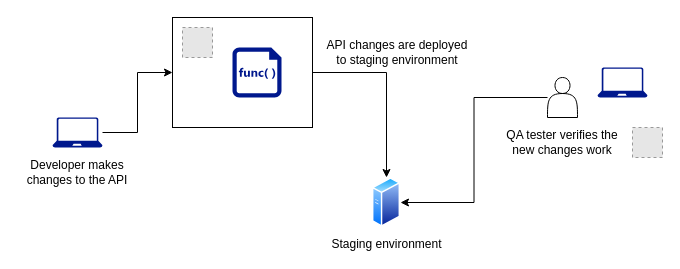
This is page "manual qa" (3 of 4) of relio.drawio from abunuwas/conferences-images, a draw.io file, before an edit. Source tidied: cells renumbered, new cells numbered last; positions are measured from the earlier drawing's top-left corner, leaving out a move shared by most shapes. Both pictures are drawn from the tidied source at 100%, with x=0, y=0 at pixel (17, 17). Pictures stored in the file or linked from it are replaced by grey dashed boxes.
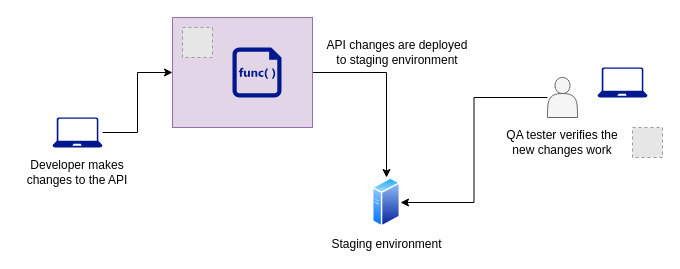
Above is the later version.

The edit, as a diff of the source:
```diff
@@
 <mxGraphModel>
   <root>
     <mxCell id="0" />
     <mxCell id="1" parent="0" />
     <mxCell id="2" style="edgeStyle=orthogonalEdgeStyle;rounded=0;jettySize=auto;html=1;entryX=0.5;entryY=0;entryDx=0;entryDy=0;" parent="1" edge="1" source="3" target="4">
       <mxGeometry relative="1" as="geometry" />
     </mxCell>
-    <mxCell id="3" style="rounded=0;whiteSpace=wrap;html=1;" parent="1" vertex="1">
+    <mxCell id="3" style="rounded=0;whiteSpace=wrap;html=1;fillColor=#e1d5e7;strokeColor=#9673a6;" parent="1" vertex="1">
       <mxGeometry x="155" width="140" height="110" as="geometry" />
     </mxCell>
     <mxCell id="4" value="Staging environment" style="image;perimeter=ellipsePerimeter;html=1;align=center;shadow=0;dashed=0;spacingTop=3;image=img/lib/active_directory/generic_server.svg;" parent="1" vertex="1">
       <mxGeometry x="355" y="160" width="28" height="50" as="geometry" />
     </mxCell>
     <mxCell id="5" style="edgeStyle=orthogonalEdgeStyle;rounded=0;jettySize=auto;html=1;entryX=0;entryY=0.5;entryDx=0;entryDy=0;" parent="1" edge="1" source="6" target="3">
       <mxGeometry relative="1" as="geometry" />
     </mxCell>
     <mxCell id="6" style="sketch=0;shadow=0;dashed=0;html=1;strokeColor=none;labelPosition=center;verticalLabelPosition=bottom;verticalAlign=top;align=center;fillColor=#00188D;shape=mxgraph.azure.laptop;" parent="1" vertex="1">
       <mxGeometry x="35" y="100" width="50" height="30" as="geometry" />
     </mxCell>
     <mxCell id="7" style="fillColor=#E6E6E6;strokeColor=#999999;dashed=1;html=1;verticalAlign=top;verticalLabelPosition=bottom;labelBackgroundColor=#ffffff;" parent="1" vertex="1">
       <mxGeometry x="165" y="10" width="30" height="30" as="geometry" />
     </mxCell>
     <mxCell id="8" style="sketch=0;shadow=0;dashed=0;html=1;strokeColor=none;labelPosition=center;verticalLabelPosition=bottom;verticalAlign=top;align=center;fillColor=#00188D;shape=mxgraph.mscae.enterprise.code_file;" parent="1" vertex="1">
       <mxGeometry x="215" y="30" width="49" height="50" as="geometry" />
     </mxCell>
     <mxCell id="9" style="edgeStyle=orthogonalEdgeStyle;rounded=0;jettySize=auto;html=1;entryX=1;entryY=0.5;entryDx=0;entryDy=0;" parent="1" edge="1" source="10" target="4">
       <mxGeometry relative="1" as="geometry" />
     </mxCell>
-    <mxCell id="10" style="shape=actor;whiteSpace=wrap;html=1;" parent="1" vertex="1">
+    <mxCell id="10" style="shape=actor;whiteSpace=wrap;html=1;fillColor=#f5f5f5;fontColor=#333333;strokeColor=#666666;" parent="1" vertex="1">
       <mxGeometry x="530" y="60" width="30" height="40" as="geometry" />
     </mxCell>
     <mxCell id="11" style="sketch=0;shadow=0;dashed=0;html=1;strokeColor=none;labelPosition=center;verticalLabelPosition=bottom;verticalAlign=top;align=center;fillColor=#00188D;shape=mxgraph.azure.laptop;" parent="1" vertex="1">
       <mxGeometry x="580" y="50" width="50" height="30" as="geometry" />
     </mxCell>
     <mxCell id="12" value="QA tester verifies the new changes work" style="text;html=1;strokeColor=none;fillColor=none;align=center;verticalAlign=middle;whiteSpace=wrap;rounded=0;" parent="1" vertex="1">
       <mxGeometry x="485" y="110" width="120" height="30" as="geometry" />
     </mxCell>
     <mxCell id="13" style="fillColor=#E6E6E6;strokeColor=#999999;dashed=1;html=1;verticalAlign=top;verticalLabelPosition=bottom;labelBackgroundColor=#ffffff;" parent="1" vertex="1">
       <mxGeometry x="615" y="110" width="30" height="30" as="geometry" />
     </mxCell>
     <mxCell id="14" value="Developer makes changes to the API" style="text;html=1;strokeColor=none;fillColor=none;align=center;verticalAlign=middle;whiteSpace=wrap;rounded=0;" parent="1" vertex="1">
       <mxGeometry y="140" width="120" height="30" as="geometry" />
     </mxCell>
     <mxCell id="15" value="API changes are deployed to staging environment" style="text;html=1;strokeColor=none;fillColor=none;align=center;verticalAlign=middle;whiteSpace=wrap;rounded=0;" parent="1" vertex="1">
       <mxGeometry x="305" y="20" width="150" height="30" as="geometry" />
     </mxCell>
   </root>
 </mxGraphModel>
```
